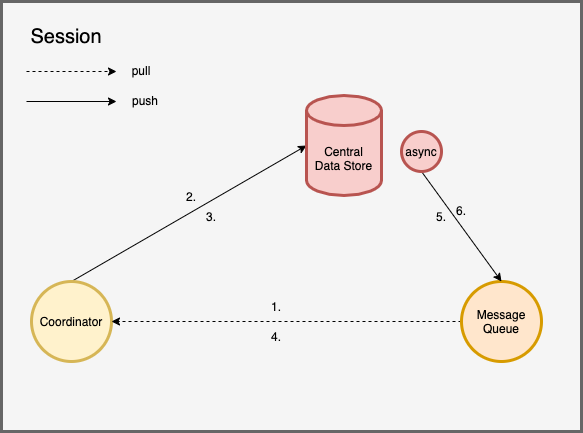
This is img/diagram-begin.drawio.png from ccchrunik/hierasaga, a draw.io export, as it was before one commit. Source tidied: cells renumbered, new cells last; positions are measured from the earlier drawing's top-left corner, leaving out a move shared by most shapes. The source it was exported from:
```xml
<mxGraphModel>
  <root>
    <mxCell id="0" />
    <mxCell id="1" parent="0" />
    <mxCell id="2" style="rounded=0;whiteSpace=wrap;html=1;strokeWidth=3;fillColor=#f5f5f5;strokeColor=#666666;fontColor=#333333;" parent="1" vertex="1">
      <mxGeometry width="580" height="430" as="geometry" />
    </mxCell>
    <mxCell id="3" style="rounded=0;jettySize=auto;html=1;exitX=0.5;exitY=0;exitDx=0;exitDy=0;entryX=0;entryY=0.5;entryDx=0;entryDy=0;entryPerimeter=0;startArrow=none;startFill=0;" parent="1" edge="1" source="4" target="15">
      <mxGeometry relative="1" as="geometry" />
    </mxCell>
    <mxCell id="4" value="Coordinator" style="ellipse;whiteSpace=wrap;html=1;strokeWidth=3;fillColor=#fff2cc;strokeColor=#d6b656;" parent="1" vertex="1">
      <mxGeometry x="30" y="280" width="80" height="80" as="geometry" />
    </mxCell>
    <mxCell id="5" style="edgeStyle=none;rounded=0;jettySize=auto;html=1;exitX=0;exitY=0.5;exitDx=0;exitDy=0;entryX=1;entryY=0.5;entryDx=0;entryDy=0;startArrow=none;startFill=0;dashed=1;" parent="1" edge="1" source="6" target="4">
      <mxGeometry relative="1" as="geometry" />
    </mxCell>
    <mxCell id="6" value="Message&lt;br&gt;Queue" style="ellipse;whiteSpace=wrap;html=1;strokeWidth=3;fillColor=#ffe6cc;strokeColor=#d79b00;" parent="1" vertex="1">
      <mxGeometry x="460" y="280" width="80" height="80" as="geometry" />
    </mxCell>
    <mxCell id="7" value="&lt;font style=&quot;font-size: 20px&quot;&gt;Session&lt;/font&gt;" style="text;html=1;strokeColor=none;fillColor=none;align=center;verticalAlign=middle;whiteSpace=wrap;rounded=0;" parent="1" vertex="1">
      <mxGeometry x="20" y="20" width="90" height="30" as="geometry" />
    </mxCell>
    <mxCell id="8" style="group;" parent="1" vertex="1">
      <mxGeometry x="25" y="54" width="159" height="60" as="geometry" />
    </mxCell>
    <mxCell id="9" style="edgeStyle=none;rounded=0;orthogonalLoop=1;jettySize=auto;html=1;entryX=0;entryY=0.5;entryDx=0;entryDy=0;dashed=1;startArrow=none;startFill=0;" parent="8" edge="1">
      <mxGeometry as="geometry">
        <mxPoint y="16" as="sourcePoint" />
        <mxPoint x="90" y="16" as="targetPoint" />
      </mxGeometry>
    </mxCell>
    <mxCell id="10" style="edgeStyle=none;rounded=0;orthogonalLoop=1;jettySize=auto;html=1;entryX=0;entryY=0.5;entryDx=0;entryDy=0;startArrow=none;startFill=0;" parent="8" edge="1">
      <mxGeometry as="geometry">
        <mxPoint y="46" as="sourcePoint" />
        <mxPoint x="90" y="46" as="targetPoint" />
      </mxGeometry>
    </mxCell>
    <mxCell id="11" value="pull" style="text;html=1;strokeColor=none;fillColor=none;align=center;verticalAlign=middle;whiteSpace=wrap;rounded=0;" parent="8" vertex="1">
      <mxGeometry x="75" width="80" height="30" as="geometry" />
    </mxCell>
    <mxCell id="12" value="push" style="text;html=1;strokeColor=none;fillColor=none;align=center;verticalAlign=middle;whiteSpace=wrap;rounded=0;" parent="8" vertex="1">
      <mxGeometry x="79" y="30" width="80" height="30" as="geometry" />
    </mxCell>
    <mxCell id="13" value="2." style="text;html=1;strokeColor=none;fillColor=none;align=center;verticalAlign=middle;whiteSpace=wrap;rounded=0;" parent="1" vertex="1">
      <mxGeometry x="160" y="180" width="60" height="30" as="geometry" />
    </mxCell>
    <mxCell id="14" value="3." style="text;html=1;strokeColor=none;fillColor=none;align=center;verticalAlign=middle;whiteSpace=wrap;rounded=0;" parent="1" vertex="1">
      <mxGeometry x="180" y="200" width="60" height="30" as="geometry" />
    </mxCell>
    <mxCell id="15" value="Central&lt;br&gt;Data Store" style="shape=cylinder3;whiteSpace=wrap;html=1;boundedLbl=1;backgroundOutline=1;size=15;strokeWidth=3;fillColor=#f8cecc;strokeColor=#b85450;" parent="1" vertex="1">
      <mxGeometry x="305" y="94" width="75" height="100" as="geometry" />
    </mxCell>
    <mxCell id="16" value="1." style="text;html=1;strokeColor=none;fillColor=none;align=center;verticalAlign=middle;whiteSpace=wrap;rounded=0;" parent="1" vertex="1">
      <mxGeometry x="245" y="290" width="60" height="30" as="geometry" />
    </mxCell>
    <mxCell id="17" value="4." style="text;html=1;strokeColor=none;fillColor=none;align=center;verticalAlign=middle;whiteSpace=wrap;rounded=0;" parent="1" vertex="1">
      <mxGeometry x="245" y="320" width="60" height="30" as="geometry" />
    </mxCell>
    <mxCell id="18" value="5." style="text;html=1;strokeColor=none;fillColor=none;align=center;verticalAlign=middle;whiteSpace=wrap;rounded=0;" parent="1" vertex="1">
      <mxGeometry x="410" y="200" width="60" height="30" as="geometry" />
    </mxCell>
    <mxCell id="19" value="6." style="text;html=1;strokeColor=none;fillColor=none;align=center;verticalAlign=middle;whiteSpace=wrap;rounded=0;" parent="1" vertex="1">
      <mxGeometry x="430" y="194" width="60" height="30" as="geometry" />
    </mxCell>
    <mxCell id="20" style="edgeStyle=none;rounded=0;jettySize=auto;html=1;exitX=0.5;exitY=1;exitDx=0;exitDy=0;entryX=0.5;entryY=0;entryDx=0;entryDy=0;startArrow=none;startFill=0;" parent="1" edge="1" source="21" target="6">
      <mxGeometry relative="1" as="geometry" />
    </mxCell>
    <mxCell id="21" value="async" style="ellipse;whiteSpace=wrap;html=1;strokeWidth=3;fillColor=#f8cecc;strokeColor=#b85450;" parent="1" vertex="1">
      <mxGeometry x="400" y="130" width="40" height="40" as="geometry" />
    </mxCell>
  </root>
</mxGraphModel>
```
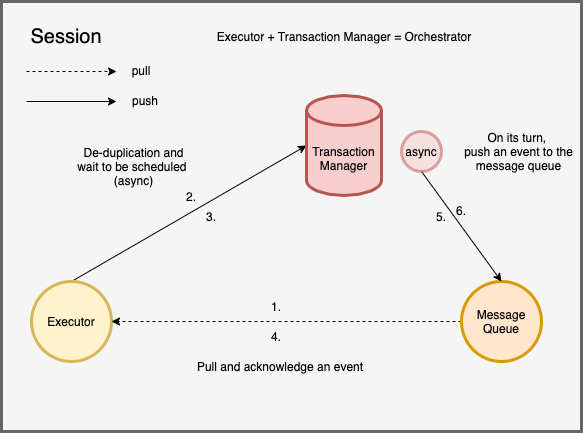
The same file after the commit.

What changed in the source:
```diff
@@ -8,7 +8,7 @@
     <mxCell id="3" style="rounded=0;jettySize=auto;html=1;exitX=0.5;exitY=0;exitDx=0;exitDy=0;entryX=0;entryY=0.5;entryDx=0;entryDy=0;entryPerimeter=0;startArrow=none;startFill=0;" parent="1" edge="1" source="4" target="15">
       <mxGeometry relative="1" as="geometry" />
     </mxCell>
-    <mxCell id="4" value="Coordinator" style="ellipse;whiteSpace=wrap;html=1;strokeWidth=3;fillColor=#fff2cc;strokeColor=#d6b656;" parent="1" vertex="1">
+    <mxCell id="4" value="Executor" style="ellipse;whiteSpace=wrap;html=1;strokeWidth=3;fillColor=#fff2cc;strokeColor=#d6b656;" parent="1" vertex="1">
       <mxGeometry x="30" y="280" width="80" height="80" as="geometry" />
     </mxCell>
     <mxCell id="5" style="edgeStyle=none;rounded=0;jettySize=auto;html=1;exitX=0;exitY=0.5;exitDx=0;exitDy=0;entryX=1;entryY=0.5;entryDx=0;entryDy=0;startArrow=none;startFill=0;dashed=1;" parent="1" edge="1" source="6" target="4">
@@ -47,7 +47,7 @@
     <mxCell id="14" value="3." style="text;html=1;strokeColor=none;fillColor=none;align=center;verticalAlign=middle;whiteSpace=wrap;rounded=0;" parent="1" vertex="1">
       <mxGeometry x="180" y="200" width="60" height="30" as="geometry" />
     </mxCell>
-    <mxCell id="15" value="Central&lt;br&gt;Data Store" style="shape=cylinder3;whiteSpace=wrap;html=1;boundedLbl=1;backgroundOutline=1;size=15;strokeWidth=3;fillColor=#f8cecc;strokeColor=#b85450;" parent="1" vertex="1">
+    <mxCell id="15" value="Transaction&lt;br&gt;Manager" style="shape=cylinder3;whiteSpace=wrap;html=1;boundedLbl=1;backgroundOutline=1;size=15;strokeWidth=3;fillColor=#f8cecc;strokeColor=#b85450;" parent="1" vertex="1">
       <mxGeometry x="305" y="94" width="75" height="100" as="geometry" />
     </mxCell>
     <mxCell id="16" value="1." style="text;html=1;strokeColor=none;fillColor=none;align=center;verticalAlign=middle;whiteSpace=wrap;rounded=0;" parent="1" vertex="1">
@@ -65,8 +65,20 @@
     <mxCell id="20" style="edgeStyle=none;rounded=0;jettySize=auto;html=1;exitX=0.5;exitY=1;exitDx=0;exitDy=0;entryX=0.5;entryY=0;entryDx=0;entryDy=0;startArrow=none;startFill=0;" parent="1" edge="1" source="21" target="6">
       <mxGeometry relative="1" as="geometry" />
     </mxCell>
-    <mxCell id="21" value="async" style="ellipse;whiteSpace=wrap;html=1;strokeWidth=3;fillColor=#f8cecc;strokeColor=#b85450;" parent="1" vertex="1">
+    <mxCell id="21" value="async" style="ellipse;whiteSpace=wrap;html=1;strokeWidth=3;fillColor=#f8cecc;strokeColor=#b85450;opacity=50;" parent="1" vertex="1">
       <mxGeometry x="400" y="130" width="40" height="40" as="geometry" />
     </mxCell>
+    <mxCell id="22" value="Pull and acknowledge an event" style="text;html=1;strokeColor=none;fillColor=none;align=center;verticalAlign=middle;whiteSpace=wrap;rounded=0;opacity=70;" parent="1" vertex="1">
+      <mxGeometry x="180" y="350" width="197.5" height="30" as="geometry" />
+    </mxCell>
+    <mxCell id="23" value="On its turn, &lt;br&gt;push an event to the message queue" style="text;html=1;strokeColor=none;fillColor=none;align=center;verticalAlign=middle;whiteSpace=wrap;rounded=0;opacity=70;" parent="1" vertex="1">
+      <mxGeometry x="455" y="120" width="125" height="60" as="geometry" />
+    </mxCell>
+    <mxCell id="24" value="De-duplication and&lt;br&gt;wait to be scheduled &lt;br&gt;(async)" style="text;html=1;strokeColor=none;fillColor=none;align=center;verticalAlign=middle;whiteSpace=wrap;rounded=0;opacity=70;" parent="1" vertex="1">
+      <mxGeometry x="70" y="150" width="125" height="30" as="geometry" />
+    </mxCell>
+    <mxCell id="25" value="Executor + Transaction Manager = Orchestrator" style="text;html=1;strokeColor=none;fillColor=none;align=center;verticalAlign=middle;whiteSpace=wrap;rounded=0;opacity=70;" parent="1" vertex="1">
+      <mxGeometry x="207.5" y="20" width="270" height="30" as="geometry" />
+    </mxCell>
   </root>
 </mxGraphModel>
```
